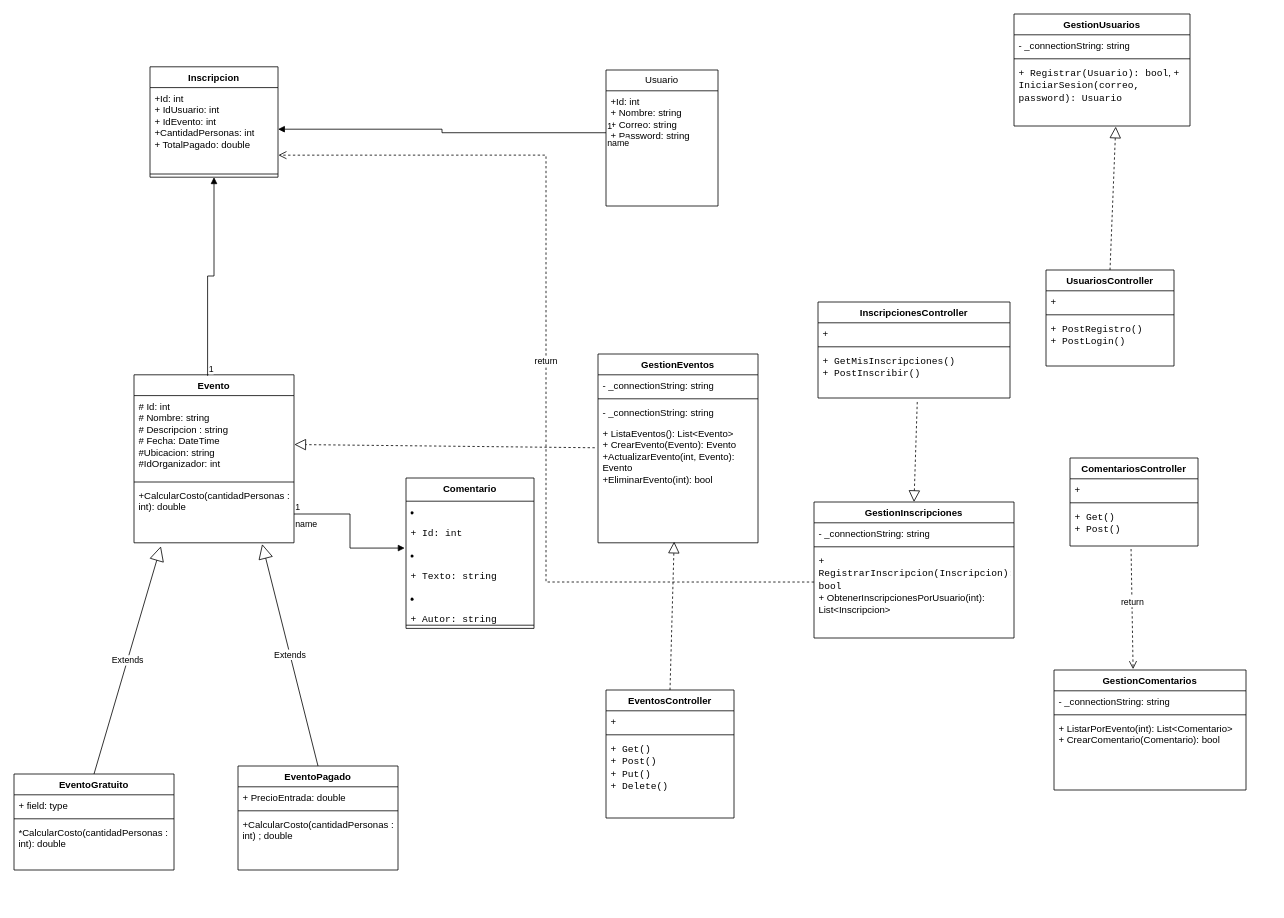
This is Eventos UML Leandro Jaldin , Javier Torrico.drawio from leandrojaldin-ISW/Progamaci-n-ll---2026, a draw.io file, before an edit. Source tidied: cells renumbered, new cells numbered last; positions are measured from the earlier drawing's top-left corner, leaving out a move shared by most shapes. Both pictures are drawn from the tidied source at 80%, with x=0, y=0 at pixel (14, 14).
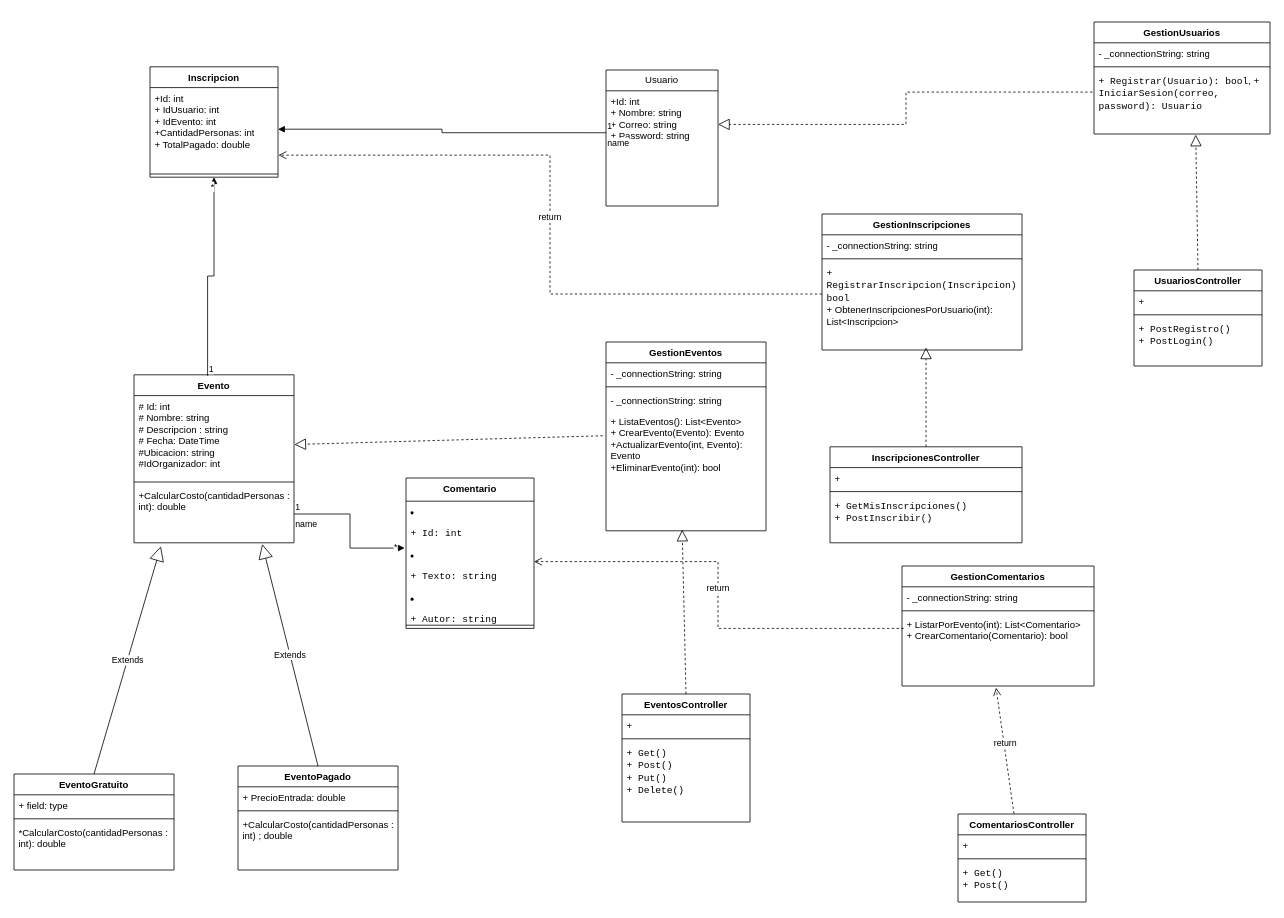
The same diagram, later.

The change refers to these unchanged cells:
```xml
<mxCell id="3" value="+Id: int&amp;nbsp;&lt;div&gt;+ Nombre: string&lt;/div&gt;&lt;div&gt;+ Correo: string&lt;/div&gt;&lt;div&gt;+ Password: string&lt;/div&gt;&lt;div&gt;&lt;br&gt;&lt;/div&gt;" style="text;strokeColor=none;fillColor=none;align=left;verticalAlign=top;spacingLeft=4;spacingRight=4;overflow=hidden;points=[[0,0.5],[1,0.5]];portConstraint=eastwest;whiteSpace=wrap;html=1;" parent="2" vertex="1">
  <mxGeometry y="26" width="140" height="84" as="geometry" />
</mxCell>
<mxCell id="21" value="&lt;li&gt;&lt;p&gt;&lt;code&gt;+ Id: int&lt;/code&gt;&lt;/p&gt;&lt;/li&gt;&lt;li&gt;&lt;p&gt;&lt;code&gt;+ Texto: string&lt;/code&gt;&lt;/p&gt;&lt;/li&gt;&lt;li&gt;&lt;p&gt;&lt;code&gt;+ Autor: string&lt;/code&gt;&lt;/p&gt;&lt;/li&gt;&lt;li&gt;&lt;p&gt;&lt;code&gt;+ IdEvento: int&lt;/code&gt;&lt;/p&gt;&lt;/li&gt;" style="text;strokeColor=none;fillColor=none;align=left;verticalAlign=top;spacingLeft=4;spacingRight=4;overflow=hidden;points=[[0,0.5],[1,0.5]];portConstraint=eastwest;whiteSpace=wrap;html=1;" parent="20" vertex="1">
  <mxGeometry y="29" width="160" height="151" as="geometry" />
</mxCell>
<mxCell id="26" value="&lt;code&gt;+ Registrar(Usuario): bool&lt;/code&gt;, &lt;code&gt;+ IniciarSesion(correo, password): Usuario&lt;/code&gt;" style="text;strokeColor=none;fillColor=none;align=left;verticalAlign=top;spacingLeft=4;spacingRight=4;overflow=hidden;points=[[0,0.5],[1,0.5]];portConstraint=eastwest;whiteSpace=wrap;html=1;" parent="23" vertex="1">
  <mxGeometry y="60" width="220" height="80" as="geometry" />
</mxCell>
<mxCell id="35" value="&lt;code&gt;+ RegistrarInscripcion(Inscripcion): bool&lt;/code&gt;&lt;div&gt;+ ObtenerInscripcionesPorUsuario(int): List&amp;lt;Inscripcion&amp;gt;&lt;font face=&quot;monospace&quot;&gt;&lt;br&gt;&lt;/font&gt;&lt;div&gt;&lt;code&gt;&lt;br&gt;&lt;/code&gt;&lt;/div&gt;&lt;/div&gt;" style="text;strokeColor=none;fillColor=none;align=left;verticalAlign=top;spacingLeft=4;spacingRight=4;overflow=hidden;points=[[0,0.5],[1,0.5]];portConstraint=eastwest;whiteSpace=wrap;html=1;" parent="32" vertex="1">
  <mxGeometry y="60" width="250" height="110" as="geometry" />
</mxCell>
<mxCell id="39" value="+ ListarPorEvento(int): List&amp;lt;Comentario&amp;gt;&lt;div&gt;+ CrearComentario(Comentario): bool&lt;br&gt;&lt;div&gt;&lt;br&gt;&lt;/div&gt;&lt;/div&gt;" style="text;strokeColor=none;fillColor=none;align=left;verticalAlign=top;spacingLeft=4;spacingRight=4;overflow=hidden;points=[[0,0.5],[1,0.5]];portConstraint=eastwest;whiteSpace=wrap;html=1;" parent="36" vertex="1">
  <mxGeometry y="60" width="240" height="90" as="geometry" />
</mxCell>
<mxCell id="51" value="&lt;code&gt;+ GetMisInscripciones()&lt;/code&gt;&amp;nbsp;&lt;div&gt;&lt;code&gt;+ PostInscribir()&lt;/code&gt;&lt;/div&gt;" style="text;strokeColor=none;fillColor=none;align=left;verticalAlign=top;spacingLeft=4;spacingRight=4;overflow=hidden;points=[[0,0.5],[1,0.5]];portConstraint=eastwest;whiteSpace=wrap;html=1;" parent="48" vertex="1">
  <mxGeometry y="60" width="240" height="60" as="geometry" />
</mxCell>
<mxCell id="55" value="&lt;code&gt;+ Get()&lt;/code&gt;&amp;nbsp;&lt;div&gt;&lt;code&gt;+ Post()&lt;/code&gt;&lt;/div&gt;" style="text;strokeColor=none;fillColor=none;align=left;verticalAlign=top;spacingLeft=4;spacingRight=4;overflow=hidden;points=[[0,0.5],[1,0.5]];portConstraint=eastwest;whiteSpace=wrap;html=1;" parent="52" vertex="1">
  <mxGeometry y="60" width="160" height="50" as="geometry" />
</mxCell>
<mxCell id="63" style="endArrow=block;endFill=1;html=1;edgeStyle=orthogonalEdgeStyle;align=left;verticalAlign=top;rounded=0;entryX=0.5;entryY=1;entryDx=0;entryDy=0;exitX=0.46;exitY=0.006;exitDx=0;exitDy=0;exitPerimeter=0;" parent="1" edge="1" source="5" target="17">
  <mxGeometry x="-1" relative="1" as="geometry" />
</mxCell>
<mxCell id="65" value="name" style="endArrow=block;endFill=1;html=1;edgeStyle=orthogonalEdgeStyle;align=left;verticalAlign=top;rounded=0;exitX=1;exitY=0.5;exitDx=0;exitDy=0;entryX=-0.01;entryY=0.388;entryDx=0;entryDy=0;entryPerimeter=0;" parent="1" edge="1" source="8" target="21">
  <mxGeometry x="-1" relative="1" as="geometry" />
</mxCell>
```

Change to the diagram source:
```diff
@@
     <mxCell id="23" value="GestionUsuarios" style="swimlane;fontStyle=1;align=center;verticalAlign=top;horizontal=1;startSize=26;whiteSpace=wrap;html=1;" parent="1" vertex="1">
-      <mxGeometry x="1250" width="220" height="140" as="geometry" />
+      <mxGeometry x="1350" y="10" width="220" height="140" as="geometry" />
     </mxCell>
@@
     <mxCell id="27" value="GestionEventos" style="swimlane;fontStyle=1;align=center;verticalAlign=top;horizontal=1;startSize=26;whiteSpace=wrap;html=1;" parent="1" vertex="1">
-      <mxGeometry x="730" y="425" width="200" height="236" as="geometry" />
+      <mxGeometry x="740" y="410" width="200" height="236" as="geometry" />
     </mxCell>
@@
     <mxCell id="32" value="GestionInscripciones" style="swimlane;fontStyle=1;align=center;verticalAlign=top;horizontal=1;startSize=26;whiteSpace=wrap;html=1;" parent="1" vertex="1">
-      <mxGeometry x="1000" y="610" width="250" height="170" as="geometry" />
+      <mxGeometry x="1010" y="250" width="250" height="170" as="geometry" />
     </mxCell>
@@
     <mxCell id="36" value="GestionComentarios" style="swimlane;fontStyle=1;align=center;verticalAlign=top;horizontal=1;startSize=26;whiteSpace=wrap;html=1;" parent="1" vertex="1">
-      <mxGeometry x="1300" y="820" width="240" height="150" as="geometry" />
+      <mxGeometry x="1110" y="690" width="240" height="150" as="geometry" />
     </mxCell>
@@
     <mxCell id="40" value="UsuariosController" style="swimlane;fontStyle=1;align=center;verticalAlign=top;horizontal=1;startSize=26;whiteSpace=wrap;html=1;" parent="1" vertex="1">
-      <mxGeometry x="1290" y="320" width="160" height="120" as="geometry" />
+      <mxGeometry x="1400" y="320" width="160" height="120" as="geometry" />
     </mxCell>
@@
     <mxCell id="44" value="EventosController" style="swimlane;fontStyle=1;align=center;verticalAlign=top;horizontal=1;startSize=26;whiteSpace=wrap;html=1;" parent="1" vertex="1">
-      <mxGeometry x="740" y="845" width="160" height="160" as="geometry" />
+      <mxGeometry x="760" y="850" width="160" height="160" as="geometry" />
     </mxCell>
@@
     <mxCell id="48" value="InscripcionesController" style="swimlane;fontStyle=1;align=center;verticalAlign=top;horizontal=1;startSize=26;whiteSpace=wrap;html=1;" parent="1" vertex="1">
-      <mxGeometry x="1005" y="360" width="240" height="120" as="geometry" />
+      <mxGeometry x="1020" y="541" width="240" height="120" as="geometry" />
     </mxCell>
@@
     <mxCell id="52" value="ComentariosController" style="swimlane;fontStyle=1;align=center;verticalAlign=top;horizontal=1;startSize=26;whiteSpace=wrap;html=1;" parent="1" vertex="1">
-      <mxGeometry x="1320" y="555" width="160" height="110" as="geometry" />
+      <mxGeometry x="1180" y="1000" width="160" height="110" as="geometry" />
     </mxCell>
@@
+    <mxCell id="70" value="*" style="edgeLabel;html=1;align=center;verticalAlign=middle;" parent="63" vertex="1">
+      <mxGeometry x="0.91" y="3" relative="1" as="geometry" />
+    </mxCell>
+    <mxCell id="71" value="&lt;div&gt;&lt;br&gt;&lt;/div&gt;&lt;div&gt;&lt;br&gt;&lt;/div&gt;" style="edgeLabel;html=1;align=center;verticalAlign=middle;" parent="63" vertex="1">
+      <mxGeometry x="0.91" relative="1" as="geometry" />
+    </mxCell>
@@
+    <mxCell id="72" value="*" style="edgeLabel;html=1;align=center;verticalAlign=middle;" parent="65" vertex="1">
+      <mxGeometry x="0.87" y="2" relative="1" as="geometry" />
+    </mxCell>
-    <mxCell id="67" style="endArrow=block;dashed=1;endFill=0;endSize=12;html=1;rounded=0;exitX=0.517;exitY=1.083;exitDx=0;exitDy=0;exitPerimeter=0;entryX=0.5;entryY=0;entryDx=0;entryDy=0;" parent="1" edge="1" source="51" target="32">
+    <mxCell id="67" style="endArrow=block;dashed=1;endFill=0;endSize=12;html=1;rounded=0;exitX=0.5;exitY=0;exitDx=0;exitDy=0;entryX=0.52;entryY=0.971;entryDx=0;entryDy=0;entryPerimeter=0;" parent="1" edge="1" source="48" target="35">
       <mxGeometry relative="1" as="geometry" />
     </mxCell>
@@
-    <mxCell id="69" value="return" style="html=1;verticalAlign=bottom;endArrow=open;dashed=1;endSize=8;curved=0;rounded=0;exitX=0.477;exitY=1.075;exitDx=0;exitDy=0;exitPerimeter=0;entryX=0.412;entryY=-0.007;entryDx=0;entryDy=0;entryPerimeter=0;" parent="1" edge="1" source="55" target="36">
+    <mxCell id="69" value="return" style="html=1;verticalAlign=bottom;endArrow=open;dashed=1;endSize=8;curved=0;rounded=0;exitX=0.437;exitY=-0.004;exitDx=0;exitDy=0;exitPerimeter=0;entryX=0.49;entryY=1.024;entryDx=0;entryDy=0;entryPerimeter=0;" parent="1" edge="1" source="52" target="39">
       <mxGeometry relative="1" as="geometry" />
     </mxCell>
+    <mxCell id="73" value="return" style="html=1;verticalAlign=bottom;endArrow=open;dashed=1;endSize=8;rounded=0;exitX=0.009;exitY=0.2;exitDx=0;exitDy=0;exitPerimeter=0;entryX=1;entryY=0.5;entryDx=0;entryDy=0;edgeStyle=orthogonalEdgeStyle;" parent="1" edge="1" source="39" target="21">
+      <mxGeometry relative="1" as="geometry" />
+    </mxCell>
+    <mxCell id="74" style="endArrow=block;dashed=1;endFill=0;endSize=12;html=1;rounded=0;exitX=-0.009;exitY=0.345;exitDx=0;exitDy=0;entryX=1;entryY=0.5;entryDx=0;entryDy=0;exitPerimeter=0;edgeStyle=orthogonalEdgeStyle;" parent="1" edge="1" source="26" target="3">
+      <mxGeometry relative="1" as="geometry" />
+    </mxCell>
```
